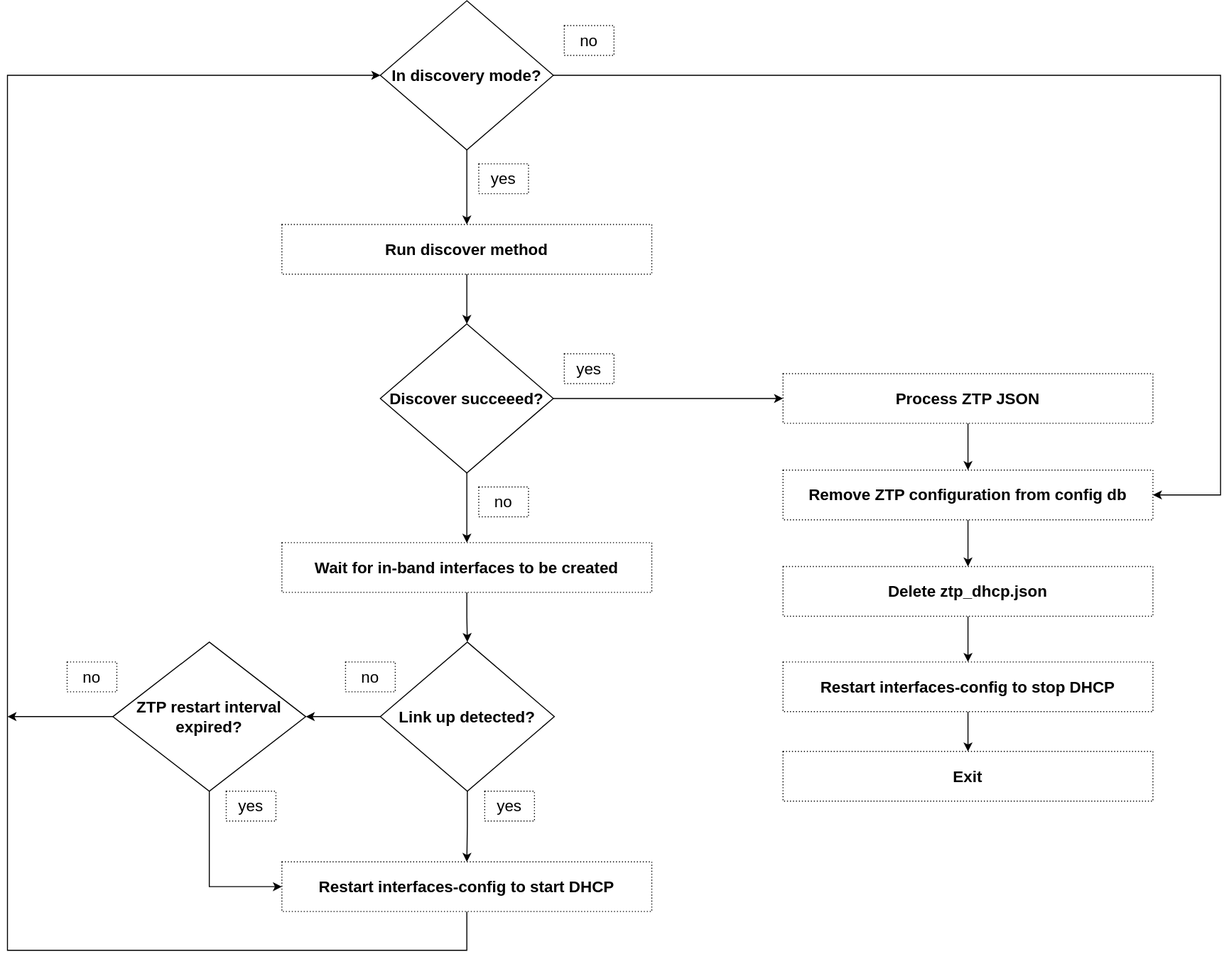
The draw.io diagram doc/ztp/images/ztp-engine.svg in liorghub/SONiC, before a commit. Source tidied: cells renumbered, new cells last; positions are measured from the earlier drawing's top-left corner, leaving out a move shared by most shapes. Source of this version:
```xml
<mxGraphModel>
  <root>
    <mxCell id="0" />
    <mxCell id="1" parent="0" />
    <mxCell id="2" style="edgeStyle=orthogonalEdgeStyle;rounded=0;jettySize=auto;html=1;entryX=0.5;entryY=0;entryDx=0;entryDy=0;fontSize=16;" parent="1" edge="1" source="4" target="7">
      <mxGeometry relative="1" as="geometry" />
    </mxCell>
    <mxCell id="3" style="edgeStyle=orthogonalEdgeStyle;rounded=0;jettySize=auto;html=1;entryX=1;entryY=0.5;entryDx=0;entryDy=0;" parent="1" edge="1" source="4" target="20">
      <mxGeometry relative="1" as="geometry">
        <Array as="points">
          <mxPoint x="1220" y="75" />
          <mxPoint x="1220" y="497" />
        </Array>
      </mxGeometry>
    </mxCell>
    <mxCell id="4" value="&lt;span style=&quot;font-size: 16px&quot;&gt;&lt;b&gt;In discovery mode?&lt;/b&gt;&lt;/span&gt;" style="rhombus;whiteSpace=wrap;html=1;" parent="1" vertex="1">
      <mxGeometry x="375" width="174" height="150" as="geometry" />
    </mxCell>
    <mxCell id="5" value="yes" style="whiteSpace=wrap;html=1;fontSize=16;dashed=1;dashPattern=1 2;" parent="1" vertex="1">
      <mxGeometry x="474" y="164" width="50" height="30" as="geometry" />
    </mxCell>
    <mxCell id="6" style="edgeStyle=orthogonalEdgeStyle;rounded=0;jettySize=auto;html=1;entryX=0.5;entryY=0;entryDx=0;entryDy=0;" parent="1" edge="1" source="7" target="11">
      <mxGeometry relative="1" as="geometry" />
    </mxCell>
    <mxCell id="7" value="Run discover method" style="rounded=0;whiteSpace=wrap;html=1;dashed=1;dashPattern=1 2;fontSize=16;fontStyle=1;" parent="1" vertex="1">
      <mxGeometry x="276" y="225" width="372" height="50" as="geometry" />
    </mxCell>
    <mxCell id="8" value="no" style="whiteSpace=wrap;html=1;fontSize=16;dashed=1;dashPattern=1 2;" parent="1" vertex="1">
      <mxGeometry x="560" y="25" width="50" height="30" as="geometry" />
    </mxCell>
    <mxCell id="9" style="edgeStyle=orthogonalEdgeStyle;rounded=0;jettySize=auto;html=1;entryX=0.5;entryY=0;entryDx=0;entryDy=0;" parent="1" edge="1" source="11" target="13">
      <mxGeometry relative="1" as="geometry" />
    </mxCell>
    <mxCell id="10" style="edgeStyle=orthogonalEdgeStyle;rounded=0;jettySize=auto;html=1;" parent="1" edge="1" source="11" target="18">
      <mxGeometry relative="1" as="geometry" />
    </mxCell>
    <mxCell id="11" value="&lt;span style=&quot;font-size: 16px&quot;&gt;&lt;b&gt;Discover succeeed?&lt;/b&gt;&lt;/span&gt;" style="rhombus;whiteSpace=wrap;html=1;" parent="1" vertex="1">
      <mxGeometry x="375" y="325" width="174" height="150" as="geometry" />
    </mxCell>
    <mxCell id="12" style="edgeStyle=orthogonalEdgeStyle;rounded=0;jettySize=auto;html=1;entryX=0.5;entryY=0;entryDx=0;entryDy=0;" parent="1" edge="1" source="13" target="29">
      <mxGeometry relative="1" as="geometry" />
    </mxCell>
    <mxCell id="13" value="Wait for in-band interfaces to be created" style="rounded=0;whiteSpace=wrap;html=1;dashed=1;dashPattern=1 2;fontSize=16;fontStyle=1;" parent="1" vertex="1">
      <mxGeometry x="276" y="545" width="372" height="50" as="geometry" />
    </mxCell>
    <mxCell id="14" value="no" style="whiteSpace=wrap;html=1;fontSize=16;dashed=1;dashPattern=1 2;" parent="1" vertex="1">
      <mxGeometry x="474" y="489" width="50" height="30" as="geometry" />
    </mxCell>
    <mxCell id="15" style="edgeStyle=orthogonalEdgeStyle;rounded=0;jettySize=auto;html=1;entryX=0;entryY=0.5;entryDx=0;entryDy=0;exitX=0.5;exitY=1;exitDx=0;exitDy=0;" parent="1" edge="1" source="26" target="4">
      <mxGeometry relative="1" as="geometry">
        <Array as="points">
          <mxPoint x="462" y="955" />
          <mxPoint y="955" />
          <mxPoint y="75" />
        </Array>
      </mxGeometry>
    </mxCell>
    <mxCell id="16" value="yes" style="whiteSpace=wrap;html=1;fontSize=16;dashed=1;dashPattern=1 2;" parent="1" vertex="1">
      <mxGeometry x="560" y="355" width="50" height="30" as="geometry" />
    </mxCell>
    <mxCell id="17" style="edgeStyle=orthogonalEdgeStyle;rounded=0;jettySize=auto;html=1;entryX=0.5;entryY=0;entryDx=0;entryDy=0;" parent="1" edge="1" source="18" target="20">
      <mxGeometry relative="1" as="geometry" />
    </mxCell>
    <mxCell id="18" value="Process ZTP JSON" style="rounded=0;whiteSpace=wrap;html=1;dashed=1;dashPattern=1 2;fontSize=16;fontStyle=1;" parent="1" vertex="1">
      <mxGeometry x="780" y="375" width="372" height="50" as="geometry" />
    </mxCell>
    <mxCell id="19" style="edgeStyle=orthogonalEdgeStyle;rounded=0;jettySize=auto;html=1;entryX=0.5;entryY=0;entryDx=0;entryDy=0;" parent="1" edge="1" source="20" target="22">
      <mxGeometry relative="1" as="geometry" />
    </mxCell>
    <mxCell id="20" value="Remove ZTP configuration from config db" style="rounded=0;whiteSpace=wrap;html=1;dashed=1;dashPattern=1 2;fontSize=16;fontStyle=1;" parent="1" vertex="1">
      <mxGeometry x="780" y="472" width="372" height="50" as="geometry" />
    </mxCell>
    <mxCell id="21" style="edgeStyle=orthogonalEdgeStyle;rounded=0;jettySize=auto;html=1;entryX=0.5;entryY=0;entryDx=0;entryDy=0;" parent="1" edge="1" source="22" target="24">
      <mxGeometry relative="1" as="geometry" />
    </mxCell>
    <mxCell id="22" value="Delete ztp_dhcp.json" style="rounded=0;whiteSpace=wrap;html=1;dashed=1;dashPattern=1 2;fontSize=16;fontStyle=1;" parent="1" vertex="1">
      <mxGeometry x="780" y="569" width="372" height="50" as="geometry" />
    </mxCell>
    <mxCell id="23" style="edgeStyle=orthogonalEdgeStyle;rounded=0;jettySize=auto;html=1;entryX=0.5;entryY=0;entryDx=0;entryDy=0;" parent="1" edge="1" source="24" target="25">
      <mxGeometry relative="1" as="geometry" />
    </mxCell>
    <mxCell id="24" value="Restart interfaces-config to stop DHCP" style="rounded=0;whiteSpace=wrap;html=1;dashed=1;dashPattern=1 2;fontSize=16;fontStyle=1;" parent="1" vertex="1">
      <mxGeometry x="780" y="665" width="372" height="50" as="geometry" />
    </mxCell>
    <mxCell id="25" value="Exit" style="rounded=0;whiteSpace=wrap;html=1;dashed=1;dashPattern=1 2;fontSize=16;fontStyle=1;" parent="1" vertex="1">
      <mxGeometry x="780" y="755" width="372" height="50" as="geometry" />
    </mxCell>
    <mxCell id="26" value="Restart interfaces-config to start DHCP" style="rounded=0;whiteSpace=wrap;html=1;dashed=1;dashPattern=1 2;fontSize=16;fontStyle=1;" parent="1" vertex="1">
      <mxGeometry x="276" y="866" width="372" height="50" as="geometry" />
    </mxCell>
    <mxCell id="27" style="edgeStyle=orthogonalEdgeStyle;rounded=0;jettySize=auto;html=1;entryX=0.5;entryY=0;entryDx=0;entryDy=0;" parent="1" edge="1" source="29" target="26">
      <mxGeometry relative="1" as="geometry" />
    </mxCell>
    <mxCell id="28" style="edgeStyle=orthogonalEdgeStyle;rounded=0;jettySize=auto;html=1;entryX=1;entryY=0.5;entryDx=0;entryDy=0;" parent="1" edge="1" source="29" target="33">
      <mxGeometry relative="1" as="geometry" />
    </mxCell>
    <mxCell id="29" value="&lt;span style=&quot;font-size: 16px&quot;&gt;&lt;b&gt;Link up detected?&lt;/b&gt;&lt;/span&gt;" style="rhombus;whiteSpace=wrap;html=1;" parent="1" vertex="1">
      <mxGeometry x="375" y="645" width="175" height="150" as="geometry" />
    </mxCell>
    <mxCell id="30" value="yes" style="whiteSpace=wrap;html=1;fontSize=16;dashed=1;dashPattern=1 2;" parent="1" vertex="1">
      <mxGeometry x="480" y="795" width="50" height="30" as="geometry" />
    </mxCell>
    <mxCell id="31" style="edgeStyle=orthogonalEdgeStyle;rounded=0;jettySize=auto;html=1;entryX=0;entryY=0.5;entryDx=0;entryDy=0;" parent="1" edge="1" source="33" target="26">
      <mxGeometry relative="1" as="geometry" />
    </mxCell>
    <mxCell id="32" style="edgeStyle=orthogonalEdgeStyle;rounded=0;jettySize=auto;html=1;" parent="1" edge="1" source="33">
      <mxGeometry relative="1" as="geometry">
        <mxPoint y="720" as="targetPoint" />
      </mxGeometry>
    </mxCell>
    <mxCell id="33" value="&lt;span style=&quot;font-size: 16px&quot;&gt;&lt;b&gt;ZTP restart interval expired?&lt;/b&gt;&lt;/span&gt;" style="rhombus;whiteSpace=wrap;html=1;" parent="1" vertex="1">
      <mxGeometry x="106" y="645" width="194" height="150" as="geometry" />
    </mxCell>
    <mxCell id="34" value="no" style="whiteSpace=wrap;html=1;fontSize=16;dashed=1;dashPattern=1 2;" parent="1" vertex="1">
      <mxGeometry x="340" y="665" width="50" height="30" as="geometry" />
    </mxCell>
    <mxCell id="35" value="yes" style="whiteSpace=wrap;html=1;fontSize=16;dashed=1;dashPattern=1 2;" parent="1" vertex="1">
      <mxGeometry x="220" y="795" width="50" height="30" as="geometry" />
    </mxCell>
    <mxCell id="36" value="no" style="whiteSpace=wrap;html=1;fontSize=16;dashed=1;dashPattern=1 2;" parent="1" vertex="1">
      <mxGeometry x="60" y="665" width="50" height="30" as="geometry" />
    </mxCell>
  </root>
</mxGraphModel>
```
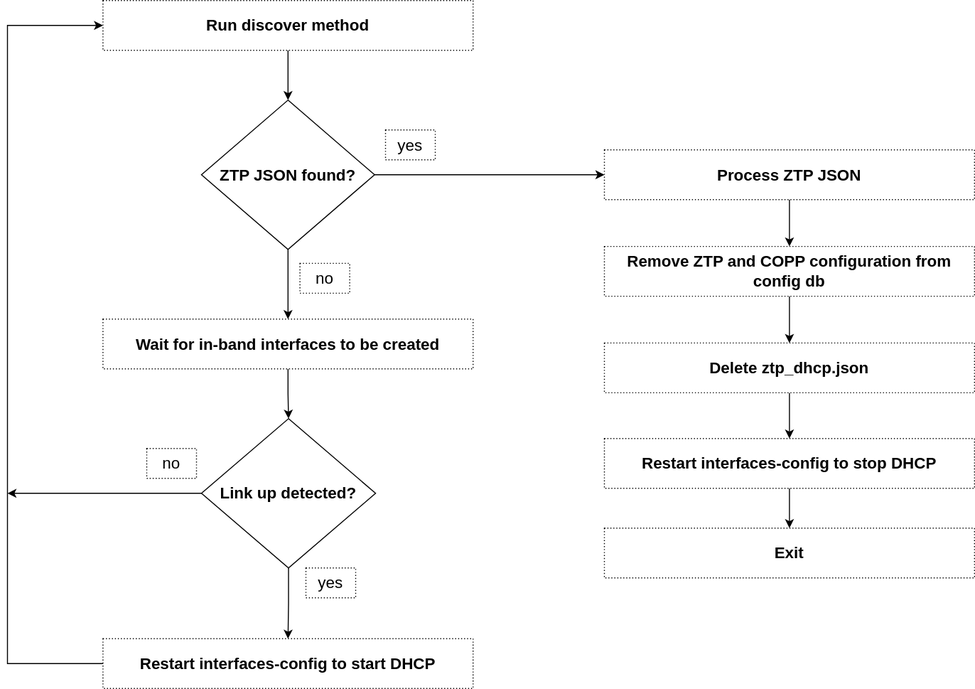
Above is the later version.

Commit message:
Update 5 in-band ZTP HLD

What changed in the source:
```diff
@@ -2,39 +2,19 @@
   <root>
     <mxCell id="0" />
     <mxCell id="1" parent="0" />
-    <mxCell id="2" style="edgeStyle=orthogonalEdgeStyle;rounded=0;jettySize=auto;html=1;entryX=0.5;entryY=0;entryDx=0;entryDy=0;fontSize=16;" parent="1" edge="1" source="4" target="7">
-      <mxGeometry relative="1" as="geometry" />
-    </mxCell>
-    <mxCell id="3" style="edgeStyle=orthogonalEdgeStyle;rounded=0;jettySize=auto;html=1;entryX=1;entryY=0.5;entryDx=0;entryDy=0;" parent="1" edge="1" source="4" target="20">
-      <mxGeometry relative="1" as="geometry">
-        <Array as="points">
-          <mxPoint x="1220" y="75" />
-          <mxPoint x="1220" y="497" />
-        </Array>
-      </mxGeometry>
-    </mxCell>
-    <mxCell id="4" value="&lt;span style=&quot;font-size: 16px&quot;&gt;&lt;b&gt;In discovery mode?&lt;/b&gt;&lt;/span&gt;" style="rhombus;whiteSpace=wrap;html=1;" parent="1" vertex="1">
-      <mxGeometry x="375" width="174" height="150" as="geometry" />
-    </mxCell>
-    <mxCell id="5" value="yes" style="whiteSpace=wrap;html=1;fontSize=16;dashed=1;dashPattern=1 2;" parent="1" vertex="1">
-      <mxGeometry x="474" y="164" width="50" height="30" as="geometry" />
-    </mxCell>
     <mxCell id="6" style="edgeStyle=orthogonalEdgeStyle;rounded=0;jettySize=auto;html=1;entryX=0.5;entryY=0;entryDx=0;entryDy=0;" parent="1" edge="1" source="7" target="11">
       <mxGeometry relative="1" as="geometry" />
     </mxCell>
     <mxCell id="7" value="Run discover method" style="rounded=0;whiteSpace=wrap;html=1;dashed=1;dashPattern=1 2;fontSize=16;fontStyle=1;" parent="1" vertex="1">
       <mxGeometry x="276" y="225" width="372" height="50" as="geometry" />
     </mxCell>
-    <mxCell id="8" value="no" style="whiteSpace=wrap;html=1;fontSize=16;dashed=1;dashPattern=1 2;" parent="1" vertex="1">
-      <mxGeometry x="560" y="25" width="50" height="30" as="geometry" />
-    </mxCell>
     <mxCell id="9" style="edgeStyle=orthogonalEdgeStyle;rounded=0;jettySize=auto;html=1;entryX=0.5;entryY=0;entryDx=0;entryDy=0;" parent="1" edge="1" source="11" target="13">
       <mxGeometry relative="1" as="geometry" />
     </mxCell>
     <mxCell id="10" style="edgeStyle=orthogonalEdgeStyle;rounded=0;jettySize=auto;html=1;" parent="1" edge="1" source="11" target="18">
       <mxGeometry relative="1" as="geometry" />
     </mxCell>
-    <mxCell id="11" value="&lt;span style=&quot;font-size: 16px&quot;&gt;&lt;b&gt;Discover succeeed?&lt;/b&gt;&lt;/span&gt;" style="rhombus;whiteSpace=wrap;html=1;" parent="1" vertex="1">
+    <mxCell id="11" value="&lt;span style=&quot;font-size: 16px&quot;&gt;&lt;b&gt;ZTP JSON found?&lt;/b&gt;&lt;/span&gt;" style="rhombus;whiteSpace=wrap;html=1;" parent="1" vertex="1">
       <mxGeometry x="375" y="325" width="174" height="150" as="geometry" />
     </mxCell>
     <mxCell id="12" style="edgeStyle=orthogonalEdgeStyle;rounded=0;jettySize=auto;html=1;entryX=0.5;entryY=0;entryDx=0;entryDy=0;" parent="1" edge="1" source="13" target="29">
@@ -46,15 +26,6 @@
     <mxCell id="14" value="no" style="whiteSpace=wrap;html=1;fontSize=16;dashed=1;dashPattern=1 2;" parent="1" vertex="1">
       <mxGeometry x="474" y="489" width="50" height="30" as="geometry" />
     </mxCell>
-    <mxCell id="15" style="edgeStyle=orthogonalEdgeStyle;rounded=0;jettySize=auto;html=1;entryX=0;entryY=0.5;entryDx=0;entryDy=0;exitX=0.5;exitY=1;exitDx=0;exitDy=0;" parent="1" edge="1" source="26" target="4">
-      <mxGeometry relative="1" as="geometry">
-        <Array as="points">
-          <mxPoint x="462" y="955" />
-          <mxPoint y="955" />
-          <mxPoint y="75" />
-        </Array>
-      </mxGeometry>
-    </mxCell>
     <mxCell id="16" value="yes" style="whiteSpace=wrap;html=1;fontSize=16;dashed=1;dashPattern=1 2;" parent="1" vertex="1">
       <mxGeometry x="560" y="355" width="50" height="30" as="geometry" />
     </mxCell>
@@ -67,7 +38,7 @@
     <mxCell id="19" style="edgeStyle=orthogonalEdgeStyle;rounded=0;jettySize=auto;html=1;entryX=0.5;entryY=0;entryDx=0;entryDy=0;" parent="1" edge="1" source="20" target="22">
       <mxGeometry relative="1" as="geometry" />
     </mxCell>
-    <mxCell id="20" value="Remove ZTP configuration from config db" style="rounded=0;whiteSpace=wrap;html=1;dashed=1;dashPattern=1 2;fontSize=16;fontStyle=1;" parent="1" vertex="1">
+    <mxCell id="20" value="Remove ZTP and COPP configuration from config db" style="rounded=0;whiteSpace=wrap;html=1;dashed=1;dashPattern=1 2;fontSize=16;fontStyle=1;" parent="1" vertex="1">
       <mxGeometry x="780" y="472" width="372" height="50" as="geometry" />
     </mxCell>
     <mxCell id="21" style="edgeStyle=orthogonalEdgeStyle;rounded=0;jettySize=auto;html=1;entryX=0.5;entryY=0;entryDx=0;entryDy=0;" parent="1" edge="1" source="22" target="24">
@@ -85,40 +56,33 @@
     <mxCell id="25" value="Exit" style="rounded=0;whiteSpace=wrap;html=1;dashed=1;dashPattern=1 2;fontSize=16;fontStyle=1;" parent="1" vertex="1">
       <mxGeometry x="780" y="755" width="372" height="50" as="geometry" />
     </mxCell>
+    <mxCell id="37" style="edgeStyle=orthogonalEdgeStyle;rounded=0;jettySize=auto;html=1;entryX=0;entryY=0.5;entryDx=0;entryDy=0;" parent="1" edge="1" source="26" target="7">
+      <mxGeometry relative="1" as="geometry">
+        <Array as="points">
+          <mxPoint x="180" y="891" />
+          <mxPoint x="180" y="250" />
+        </Array>
+      </mxGeometry>
+    </mxCell>
     <mxCell id="26" value="Restart interfaces-config to start DHCP" style="rounded=0;whiteSpace=wrap;html=1;dashed=1;dashPattern=1 2;fontSize=16;fontStyle=1;" parent="1" vertex="1">
       <mxGeometry x="276" y="866" width="372" height="50" as="geometry" />
     </mxCell>
     <mxCell id="27" style="edgeStyle=orthogonalEdgeStyle;rounded=0;jettySize=auto;html=1;entryX=0.5;entryY=0;entryDx=0;entryDy=0;" parent="1" edge="1" source="29" target="26">
       <mxGeometry relative="1" as="geometry" />
     </mxCell>
-    <mxCell id="28" style="edgeStyle=orthogonalEdgeStyle;rounded=0;jettySize=auto;html=1;entryX=1;entryY=0.5;entryDx=0;entryDy=0;" parent="1" edge="1" source="29" target="33">
-      <mxGeometry relative="1" as="geometry" />
-    </mxCell>
+    <mxCell id="38" style="edgeStyle=orthogonalEdgeStyle;rounded=0;jettySize=auto;html=1;" parent="1" edge="1" source="29">
+      <mxGeometry relative="1" as="geometry">
+        <mxPoint x="180" y="720" as="targetPoint" />
+      </mxGeometry>
+    </mxCell>
     <mxCell id="29" value="&lt;span style=&quot;font-size: 16px&quot;&gt;&lt;b&gt;Link up detected?&lt;/b&gt;&lt;/span&gt;" style="rhombus;whiteSpace=wrap;html=1;" parent="1" vertex="1">
       <mxGeometry x="375" y="645" width="175" height="150" as="geometry" />
     </mxCell>
     <mxCell id="30" value="yes" style="whiteSpace=wrap;html=1;fontSize=16;dashed=1;dashPattern=1 2;" parent="1" vertex="1">
       <mxGeometry x="480" y="795" width="50" height="30" as="geometry" />
     </mxCell>
-    <mxCell id="31" style="edgeStyle=orthogonalEdgeStyle;rounded=0;jettySize=auto;html=1;entryX=0;entryY=0.5;entryDx=0;entryDy=0;" parent="1" edge="1" source="33" target="26">
-      <mxGeometry relative="1" as="geometry" />
-    </mxCell>
-    <mxCell id="32" style="edgeStyle=orthogonalEdgeStyle;rounded=0;jettySize=auto;html=1;" parent="1" edge="1" source="33">
-      <mxGeometry relative="1" as="geometry">
-        <mxPoint y="720" as="targetPoint" />
-      </mxGeometry>
-    </mxCell>
-    <mxCell id="33" value="&lt;span style=&quot;font-size: 16px&quot;&gt;&lt;b&gt;ZTP restart interval expired?&lt;/b&gt;&lt;/span&gt;" style="rhombus;whiteSpace=wrap;html=1;" parent="1" vertex="1">
-      <mxGeometry x="106" y="645" width="194" height="150" as="geometry" />
-    </mxCell>
     <mxCell id="34" value="no" style="whiteSpace=wrap;html=1;fontSize=16;dashed=1;dashPattern=1 2;" parent="1" vertex="1">
-      <mxGeometry x="340" y="665" width="50" height="30" as="geometry" />
+      <mxGeometry x="320" y="675" width="50" height="30" as="geometry" />
     </mxCell>
-    <mxCell id="35" value="yes" style="whiteSpace=wrap;html=1;fontSize=16;dashed=1;dashPattern=1 2;" parent="1" vertex="1">
-      <mxGeometry x="220" y="795" width="50" height="30" as="geometry" />
-    </mxCell>
-    <mxCell id="36" value="no" style="whiteSpace=wrap;html=1;fontSize=16;dashed=1;dashPattern=1 2;" parent="1" vertex="1">
-      <mxGeometry x="60" y="665" width="50" height="30" as="geometry" />
-    </mxCell>
   </root>
 </mxGraphModel>
```
